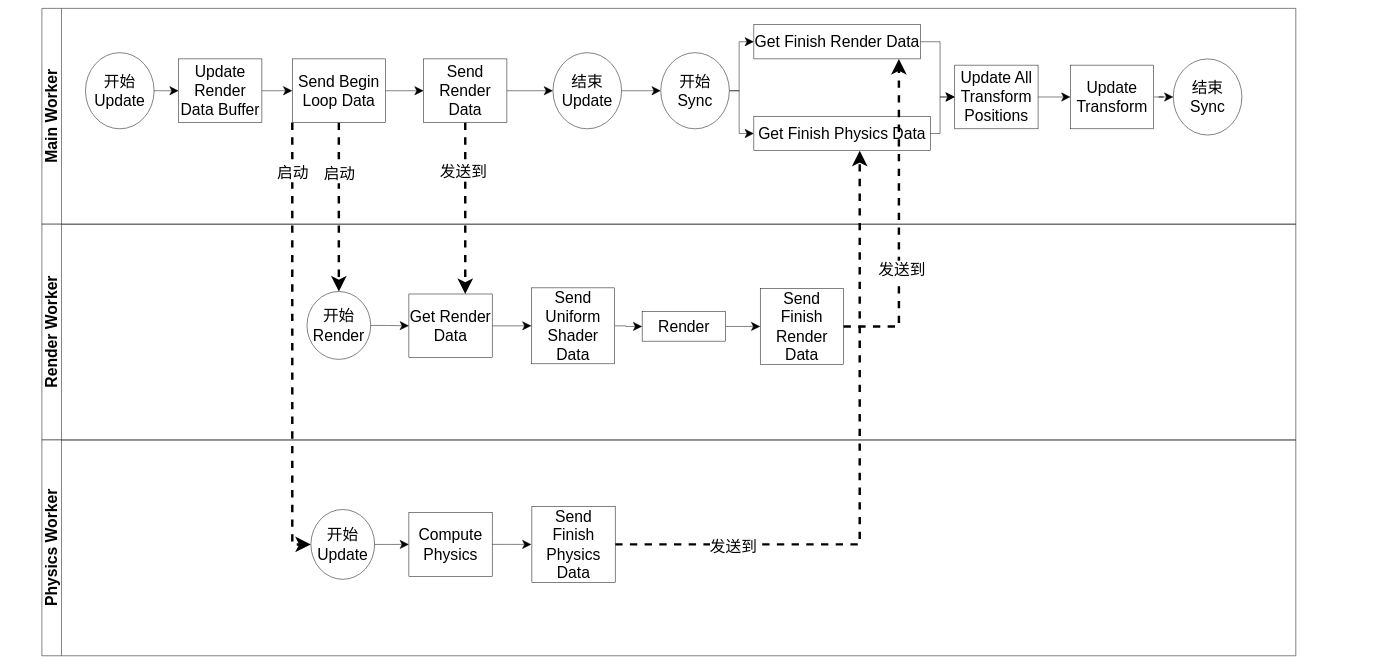
The draw.io diagram packages/多线程模式/story_improve/主循环（一帧）流程图.drawio in yyc-git/3DProgramPattern, before the edit. Source tidied: cells renumbered, new cells numbered last; positions are measured from the earlier drawing's top-left corner, leaving out a move shared by most shapes. Both pictures are drawn from the tidied source at 49%, with x=0, y=0 at pixel (12, 8).
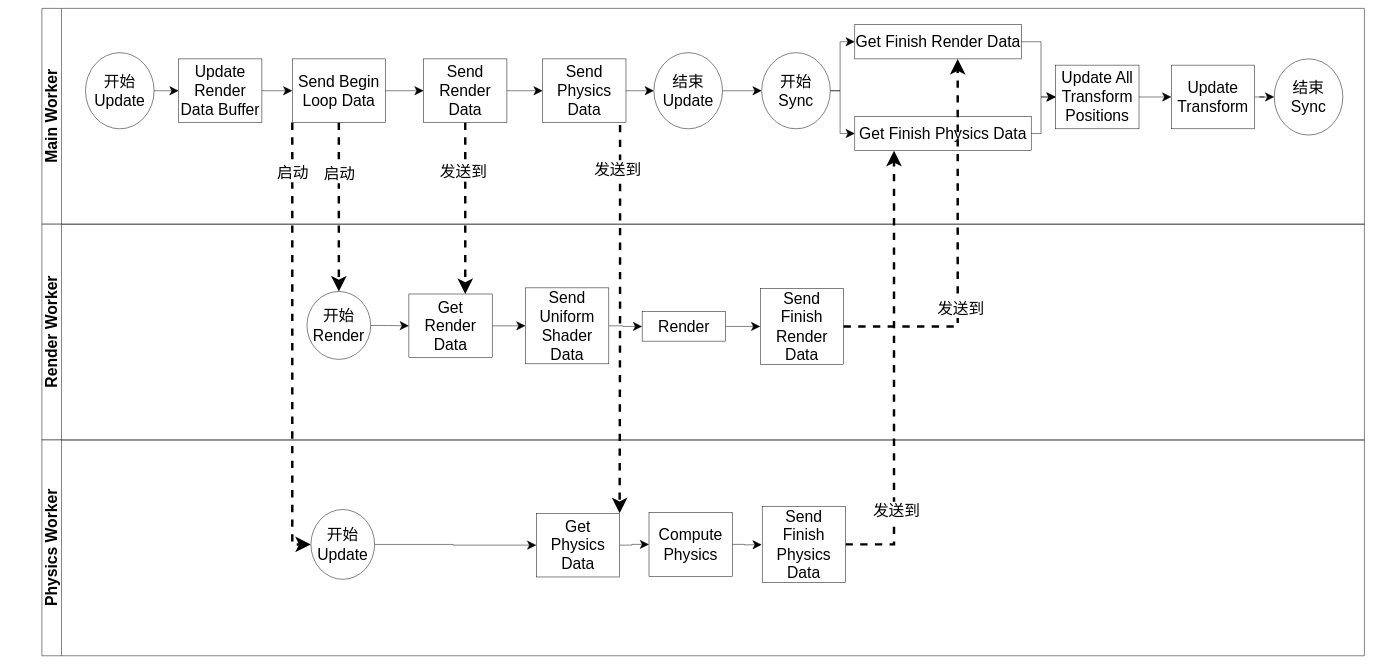
The same diagram, later.

The change refers to these unchanged cells:
```xml
<mxCell id="20" value="Send Render Data" style="whiteSpace=wrap;html=1;fontSize=32;" parent="1" vertex="1">
  <mxGeometry x="840" y="102.7" width="170" height="130" as="geometry" />
</mxCell>
<mxCell id="41" value="Send Finish Render Data" style="whiteSpace=wrap;html=1;fontSize=32;" parent="1" vertex="1">
  <mxGeometry x="1527" y="571.2" width="170" height="155" as="geometry" />
</mxCell>
<mxCell id="43" value="开始&lt;br&gt;Update" style="ellipse;whiteSpace=wrap;html=1;fontSize=32;" parent="1" vertex="1">
  <mxGeometry x="610" y="1022.3" width="130" height="142.5" as="geometry" />
</mxCell>
```

Diff of the diagram source:
```diff
@@
     <mxCell id="2" value="&lt;font style=&quot;font-size: 32px&quot;&gt;Main Worker&lt;/font&gt;" style="swimlane;html=1;horizontal=0;startSize=40;fontSize=22;" parent="1" vertex="1">
-      <mxGeometry x="61" y="-0.4" width="2559" height="440.4" as="geometry" />
+      <mxGeometry x="61" y="-0.4" width="2699" height="440.4" as="geometry" />
     </mxCell>
@@
     <mxCell id="8" value="&lt;font style=&quot;font-size: 32px&quot;&gt;Render Worker&lt;/font&gt;" style="swimlane;html=1;horizontal=0;startSize=40;fontSize=22;" parent="1" vertex="1">
-      <mxGeometry x="61" y="440" width="2559" height="440.4" as="geometry" />
+      <mxGeometry x="61" y="440" width="2699" height="440.4" as="geometry" />
     </mxCell>
     <mxCell id="9" value="&lt;font style=&quot;font-size: 32px&quot;&gt;Physics Worker&lt;/font&gt;" style="swimlane;html=1;horizontal=0;startSize=40;fontSize=22;" parent="1" vertex="1">
-      <mxGeometry x="61" y="880.4" width="2559" height="440.4" as="geometry" />
+      <mxGeometry x="61" y="880.4" width="2699" height="440.4" as="geometry" />
     </mxCell>
@@
-    <mxCell id="19" style="edgeStyle=orthogonalEdgeStyle;rounded=0;jettySize=auto;html=1;entryX=0;entryY=0.5;entryDx=0;entryDy=0;startSize=16;endSize=16;" parent="1" edge="1" source="20" target="24">
-      <mxGeometry relative="1" as="geometry" />
-    </mxCell>
+    <mxCell id="53" style="edgeStyle=orthogonalEdgeStyle;rounded=0;jettySize=auto;html=1;entryX=0;entryY=0.5;entryDx=0;entryDy=0;endSize=16;startSize=16;" parent="1" edge="1" source="20" target="58">
+      <mxGeometry relative="1" as="geometry" />
+    </mxCell>
@@
     <mxCell id="22" value="Update Transform" style="whiteSpace=wrap;html=1;fontSize=32;" parent="1" vertex="1">
-      <mxGeometry x="2160" y="115.4" width="170" height="130" as="geometry" />
+      <mxGeometry x="2366" y="115.4" width="170" height="130" as="geometry" />
     </mxCell>
@@
     <mxCell id="24" value="结束&lt;br&gt;Update" style="ellipse;whiteSpace=wrap;html=1;fontSize=32;" parent="1" vertex="1">
-      <mxGeometry x="1104" y="90" width="140" height="155.4" as="geometry" />
+      <mxGeometry x="1310" y="90" width="140" height="155.4" as="geometry" />
     </mxCell>
@@
     <mxCell id="27" value="开始&lt;br&gt;Sync" style="ellipse;whiteSpace=wrap;html=1;fontSize=32;" parent="1" vertex="1">
-      <mxGeometry x="1324" y="90" width="140" height="155.4" as="geometry" />
+      <mxGeometry x="1530" y="90" width="140" height="155.4" as="geometry" />
     </mxCell>
     <mxCell id="28" style="edgeStyle=orthogonalEdgeStyle;rounded=0;jettySize=auto;html=1;entryX=0;entryY=0.5;entryDx=0;entryDy=0;startSize=16;endSize=16;strokeWidth=1;" parent="1" edge="1" source="29" target="31">
       <mxGeometry relative="1" as="geometry">
         <Array as="points">
-          <mxPoint x="1894" y="68" />
-          <mxPoint x="1894" y="180" />
+          <mxPoint x="2100" y="68" />
+          <mxPoint x="2100" y="180" />
         </Array>
       </mxGeometry>
     </mxCell>
     <mxCell id="29" value="Get Finish Render Data" style="whiteSpace=wrap;html=1;fontSize=32;" parent="1" vertex="1">
-      <mxGeometry x="1514" y="32.7" width="340" height="70" as="geometry" />
+      <mxGeometry x="1720" y="32.7" width="340" height="70" as="geometry" />
     </mxCell>
@@
     <mxCell id="31" value="Update All Transform Positions" style="whiteSpace=wrap;html=1;fontSize=32;" parent="1" vertex="1">
-      <mxGeometry x="1924" y="115.4" width="170" height="130" as="geometry" />
+      <mxGeometry x="2130" y="115.4" width="170" height="130" as="geometry" />
     </mxCell>
     <mxCell id="32" value="结束&lt;br&gt;Sync" style="ellipse;whiteSpace=wrap;html=1;fontSize=32;" parent="1" vertex="1">
-      <mxGeometry x="2370" y="102.7" width="140" height="155.4" as="geometry" />
+      <mxGeometry x="2576" y="102.7" width="140" height="155.4" as="geometry" />
     </mxCell>
@@
-    <mxCell id="36" value="Get Render Data" style="whiteSpace=wrap;html=1;fontSize=32;" parent="1" vertex="1">
+    <mxCell id="36" value="Get &lt;br&gt;Render Data" style="whiteSpace=wrap;html=1;fontSize=32;" parent="1" vertex="1">
       <mxGeometry x="810" y="582.5" width="170" height="130" as="geometry" />
     </mxCell>
@@
     <mxCell id="38" value="Send Uniform Shader Data" style="whiteSpace=wrap;html=1;fontSize=32;" parent="1" vertex="1">
-      <mxGeometry x="1060" y="570" width="170" height="155" as="geometry" />
+      <mxGeometry x="1048" y="570" width="170" height="155" as="geometry" />
     </mxCell>
@@
-    <mxCell id="42" style="edgeStyle=orthogonalEdgeStyle;rounded=0;jettySize=auto;html=1;entryX=0;entryY=0.5;entryDx=0;entryDy=0;startSize=16;endSize=16;strokeWidth=1;" parent="1" edge="1" source="43" target="45">
-      <mxGeometry relative="1" as="geometry" />
-    </mxCell>
+    <mxCell id="54" style="edgeStyle=orthogonalEdgeStyle;rounded=0;jumpStyle=none;jettySize=auto;html=1;entryX=0;entryY=0.5;entryDx=0;entryDy=0;startSize=16;endSize=16;strokeWidth=1;" parent="1" edge="1" source="43" target="60">
+      <mxGeometry relative="1" as="geometry" />
+    </mxCell>
@@
     <mxCell id="44" style="edgeStyle=orthogonalEdgeStyle;rounded=0;jettySize=auto;html=1;startSize=16;endSize=16;" parent="1" edge="1" source="45">
       <mxGeometry relative="1" as="geometry">
-        <mxPoint x="1060" y="1093.5" as="targetPoint" />
+        <mxPoint x="1530" y="1094" as="targetPoint" />
       </mxGeometry>
     </mxCell>
     <mxCell id="45" value="Compute Physics" style="whiteSpace=wrap;html=1;fontSize=32;" parent="1" vertex="1">
-      <mxGeometry x="810" y="1028.5" width="170" height="130" as="geometry" />
+      <mxGeometry x="1300" y="1028.5" width="170" height="130" as="geometry" />
     </mxCell>
     <mxCell id="46" style="edgeStyle=orthogonalEdgeStyle;rounded=0;jettySize=auto;html=1;dashed=1;startSize=16;endSize=16;strokeWidth=5;" parent="1" edge="1" source="48">
       <mxGeometry relative="1" as="geometry">
-        <mxPoint x="1730" y="290" as="targetPoint" />
+        <mxPoint x="1800" y="290" as="targetPoint" />
         <Array as="points">
-          <mxPoint x="1730" y="1094" />
-          <mxPoint x="1730" y="290" />
+          <mxPoint x="1800" y="1093" />
+          <mxPoint x="1800" y="290" />
         </Array>
       </mxGeometry>
     </mxCell>
@@
     <mxCell id="48" value="Send Finish Physics Data" style="whiteSpace=wrap;html=1;fontSize=32;" parent="1" vertex="1">
-      <mxGeometry x="1061" y="1016" width="170" height="155" as="geometry" />
+      <mxGeometry x="1531" y="1016" width="170" height="155" as="geometry" />
     </mxCell>
@@
     <mxCell id="50" value="Get Finish Physics Data" style="whiteSpace=wrap;html=1;fontSize=32;" parent="1" vertex="1">
-      <mxGeometry x="1514" y="220" width="360" height="70" as="geometry" />
+      <mxGeometry x="1720" y="220" width="360" height="70" as="geometry" />
     </mxCell>
     <mxCell id="51" style="edgeStyle=orthogonalEdgeStyle;rounded=0;jettySize=auto;html=1;dashed=1;startSize=16;endSize=16;strokeWidth=5;" parent="1" edge="1" source="41">
       <mxGeometry relative="1" as="geometry">
-        <mxPoint x="1810" y="103" as="targetPoint" />
+        <mxPoint x="1930" y="103" as="targetPoint" />
         <Array as="points">
-          <mxPoint x="1810" y="649" />
+          <mxPoint x="1930" y="649" />
+          <mxPoint x="1930" y="103" />
         </Array>
       </mxGeometry>
     </mxCell>
@@
+    <mxCell id="55" style="edgeStyle=orthogonalEdgeStyle;rounded=0;jettySize=auto;html=1;entryX=0;entryY=0.5;entryDx=0;entryDy=0;endSize=16;startSize=16;" parent="1" edge="1" source="58" target="24">
+      <mxGeometry relative="1" as="geometry" />
+    </mxCell>
+    <mxCell id="56" style="edgeStyle=orthogonalEdgeStyle;rounded=0;jettySize=auto;html=1;entryX=1;entryY=0;entryDx=0;entryDy=0;startSize=16;endSize=16;exitX=0.929;exitY=1.038;exitDx=0;exitDy=0;exitPerimeter=0;dashed=1;strokeWidth=5;jumpStyle=none;" parent="1" edge="1" source="58" target="60">
+      <mxGeometry relative="1" as="geometry" />
+    </mxCell>
+    <mxCell id="57" value="&lt;font style=&quot;font-size: 32px&quot;&gt;发送到&lt;/font&gt;" style="edgeLabel;html=1;align=center;verticalAlign=middle;" parent="56" vertex="1">
+      <mxGeometry x="-0.77" y="-5" relative="1" as="geometry" />
+    </mxCell>
+    <mxCell id="58" value="Send Physics Data" style="whiteSpace=wrap;html=1;fontSize=32;" parent="1" vertex="1">
+      <mxGeometry x="1083" y="102.7" width="170" height="130" as="geometry" />
+    </mxCell>
+    <mxCell id="59" style="edgeStyle=orthogonalEdgeStyle;rounded=0;jumpStyle=none;jettySize=auto;html=1;entryX=0;entryY=0.5;entryDx=0;entryDy=0;startSize=16;endSize=16;strokeWidth=1;" parent="1" edge="1" source="60" target="45">
+      <mxGeometry relative="1" as="geometry" />
+    </mxCell>
+    <mxCell id="60" value="Get Physics Data" style="whiteSpace=wrap;html=1;fontSize=32;" parent="1" vertex="1">
+      <mxGeometry x="1070" y="1030" width="170" height="130" as="geometry" />
+    </mxCell>
```
